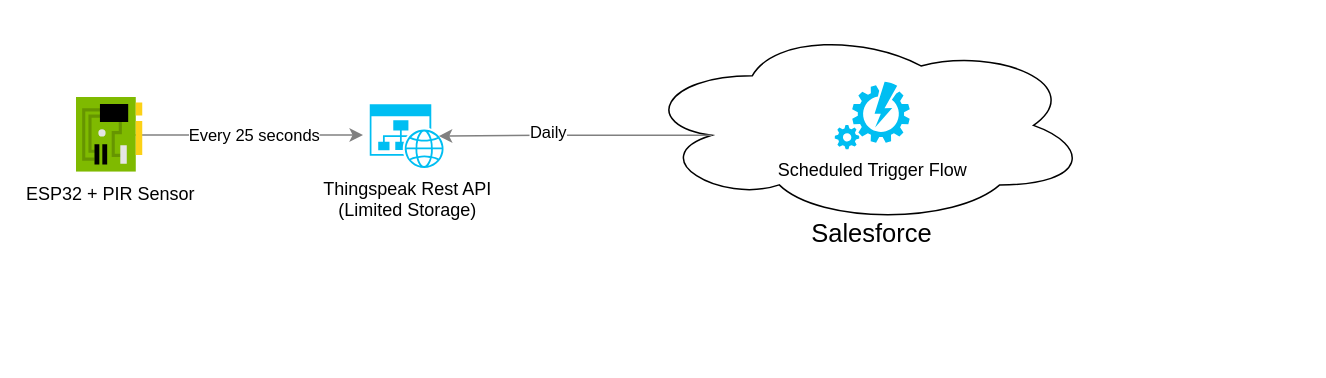
The draw.io diagram Untitled Diagram.drawio in krukmat/AlarmForce-Demo, before the edit. Source tidied: cells renumbered, new cells numbered last; positions are measured from the earlier drawing's top-left corner, leaving out a move shared by most shapes. Both pictures are drawn from the tidied source at 150%, with x=0, y=0 at pixel (75, 26).
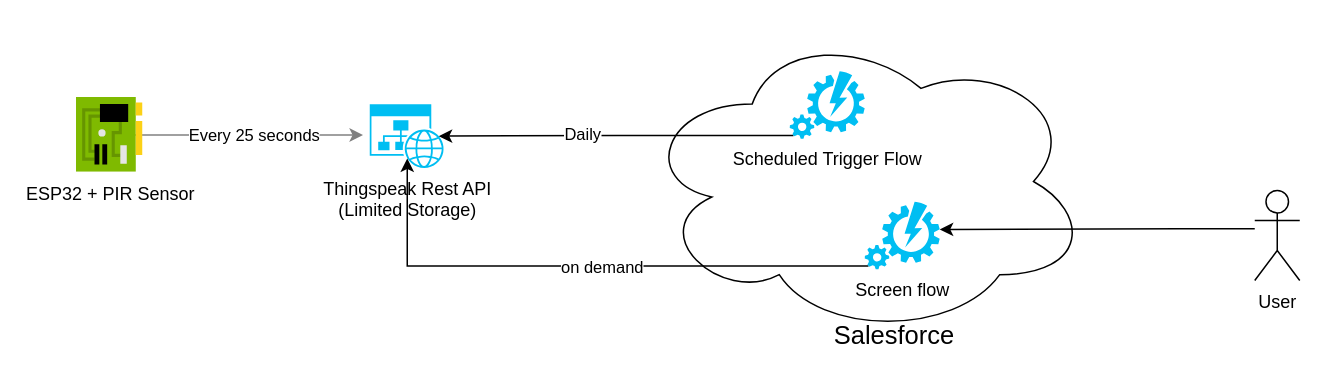
After the change.

Diff of the diagram source:
```diff
@@
 <mxGraphModel>
   <root>
     <mxCell id="0" />
     <mxCell id="1" parent="0" />
     <mxCell id="2" style="edgeStyle=orthogonalEdgeStyle;rounded=0;jettySize=auto;html=1;strokeColor=#808080;" parent="1" edge="1" source="4">
       <mxGeometry relative="1" as="geometry">
         <mxPoint x="191.5" y="72.5" as="targetPoint" />
       </mxGeometry>
     </mxCell>
     <mxCell id="3" value="Every 25 seconds" style="edgeLabel;html=1;align=center;verticalAlign=middle;" parent="2" vertex="1">
       <mxGeometry x="0.14" y="2" relative="1" as="geometry">
         <mxPoint y="1" as="offset" />
       </mxGeometry>
     </mxCell>
     <mxCell id="4" value="ESP32 + PIR Sensor" style="html=1;perimeter=none;align=center;shadow=0;dashed=0;image;fontSize=12;image=img/lib/mscae/NetworkInterfaceCard.svg;" parent="1" vertex="1">
       <mxGeometry x="0.5" y="47.5" width="44.5" height="50" as="geometry" />
     </mxCell>
     <mxCell id="5" value="Thingspeak Rest API &lt;br&gt;(Limited Storage)" style="verticalLabelPosition=bottom;html=1;verticalAlign=top;align=center;strokeColor=none;fillColor=#00BEF2;shape=mxgraph.azure.website_generic;" parent="1" vertex="1">
       <mxGeometry x="196" y="52" width="50" height="42.5" as="geometry" />
     </mxCell>
     <mxCell id="6" style="ellipse;shape=cloud;whiteSpace=wrap;html=1;" parent="1" vertex="1">
-      <mxGeometry x="376" width="300" height="132.2" as="geometry" />
+      <mxGeometry x="376" width="300" height="207" as="geometry" />
     </mxCell>
-    <mxCell id="7" style="edgeStyle=orthogonalEdgeStyle;rounded=0;jettySize=auto;html=1;strokeColor=#808080;exitX=0.16;exitY=0.55;exitDx=0;exitDy=0;exitPerimeter=0;entryX=0.92;entryY=0.5;entryDx=0;entryDy=0;entryPerimeter=0;" parent="1" edge="1" source="6" target="5">
+    <mxCell id="7" style="edgeStyle=orthogonalEdgeStyle;rounded=0;jettySize=auto;html=1;exitX=0.05;exitY=0.95;exitDx=0;exitDy=0;exitPerimeter=0;entryX=0.92;entryY=0.5;entryDx=0;entryDy=0;entryPerimeter=0;" parent="1" edge="1" source="9" target="5">
       <mxGeometry relative="1" as="geometry" />
     </mxCell>
     <mxCell id="8" value="Daily" style="edgeLabel;html=1;align=center;verticalAlign=middle;" parent="7" vertex="1">
       <mxGeometry x="0.2" y="-2" relative="1" as="geometry" />
     </mxCell>
     <mxCell id="9" value="Scheduled Trigger Flow" style="verticalLabelPosition=bottom;html=1;verticalAlign=top;align=center;strokeColor=none;fillColor=#00BEF2;shape=mxgraph.azure.automation;" parent="1" vertex="1">
-      <mxGeometry x="506" y="37" width="50" height="45" as="geometry" />
+      <mxGeometry x="476" y="30" width="50" height="45" as="geometry" />
     </mxCell>
     <mxCell id="10" value="&lt;font style=&quot;font-size: 17px&quot;&gt;Salesforce&lt;/font&gt;" style="text;html=1;strokeColor=none;fillColor=none;align=center;verticalAlign=middle;whiteSpace=wrap;rounded=0;" parent="1" vertex="1">
-      <mxGeometry x="441" y="129.2" width="180" height="20" as="geometry" />
+      <mxGeometry x="456" y="197" width="180" height="20" as="geometry" />
     </mxCell>
+    <mxCell id="11" style="edgeStyle=orthogonalEdgeStyle;rounded=0;jettySize=auto;html=1;exitX=0.05;exitY=0.95;exitDx=0;exitDy=0;exitPerimeter=0;entryX=0.5;entryY=0.85;entryDx=0;entryDy=0;entryPerimeter=0;" parent="1" edge="1" source="13" target="5">
+      <mxGeometry relative="1" as="geometry" />
+    </mxCell>
+    <mxCell id="12" value="on demand" style="edgeLabel;html=1;align=center;verticalAlign=middle;" parent="11" vertex="1">
+      <mxGeometry x="-0.06" y="1" relative="1" as="geometry" />
+    </mxCell>
+    <mxCell id="13" value="Screen flow" style="verticalLabelPosition=bottom;html=1;verticalAlign=top;align=center;strokeColor=none;fillColor=#00BEF2;shape=mxgraph.azure.automation;" parent="1" vertex="1">
+      <mxGeometry x="526" y="117" width="50" height="45" as="geometry" />
+    </mxCell>
+    <mxCell id="14" style="edgeStyle=orthogonalEdgeStyle;rounded=0;jettySize=auto;html=1;entryX=1;entryY=0.41;entryDx=0;entryDy=0;entryPerimeter=0;strokeColor=#000000;" parent="1" edge="1" source="15" target="13">
+      <mxGeometry relative="1" as="geometry">
+        <Array as="points">
+          <mxPoint x="736" y="135" />
+          <mxPoint x="736" y="135" />
+        </Array>
+      </mxGeometry>
+    </mxCell>
+    <mxCell id="15" value="User" style="shape=umlActor;verticalLabelPosition=bottom;verticalAlign=top;html=1;outlineConnect=0;" parent="1" vertex="1">
+      <mxGeometry x="786" y="109.5" width="30" height="60" as="geometry" />
+    </mxCell>
   </root>
 </mxGraphModel>
```
